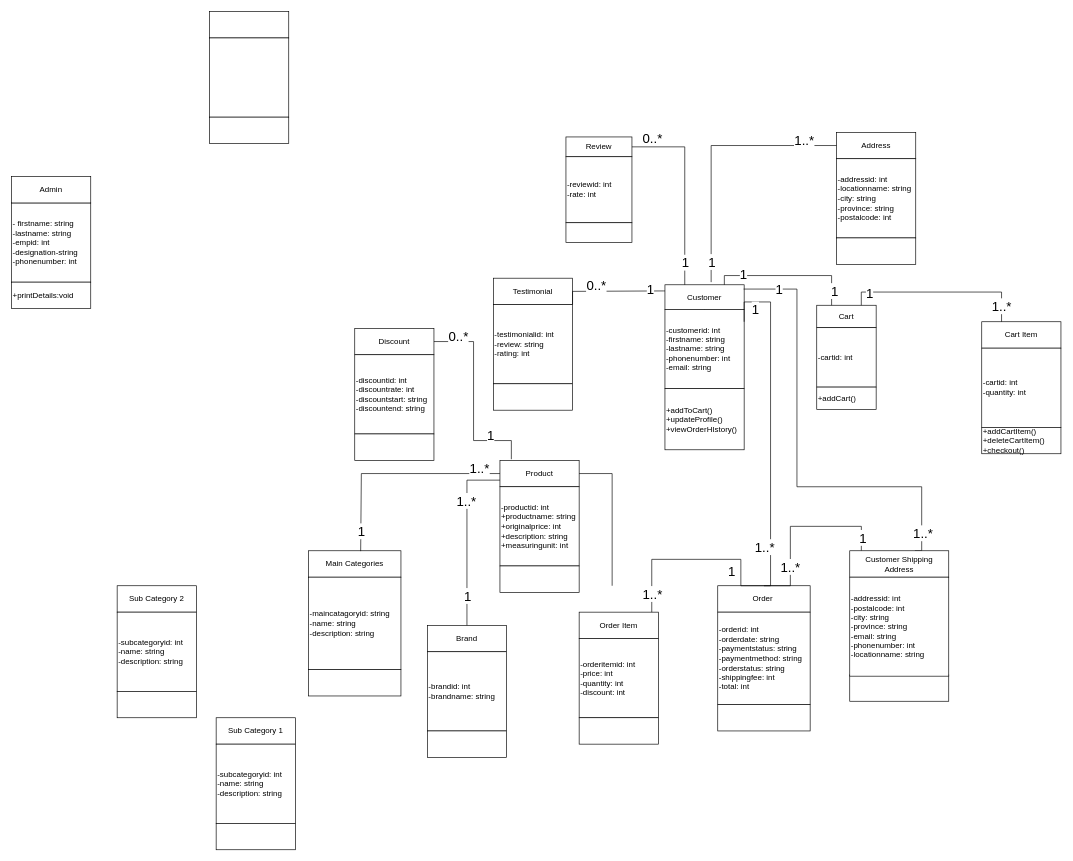
The draw.io diagram class.drawio in Dune-Global/green-supermarket-docs, before the edit. Source tidied: cells renumbered, new cells numbered last; positions are measured from the earlier drawing's top-left corner, leaving out a move shared by most shapes. Both pictures are drawn from the tidied source at 66%, with x=0, y=0 at pixel (11, 11).
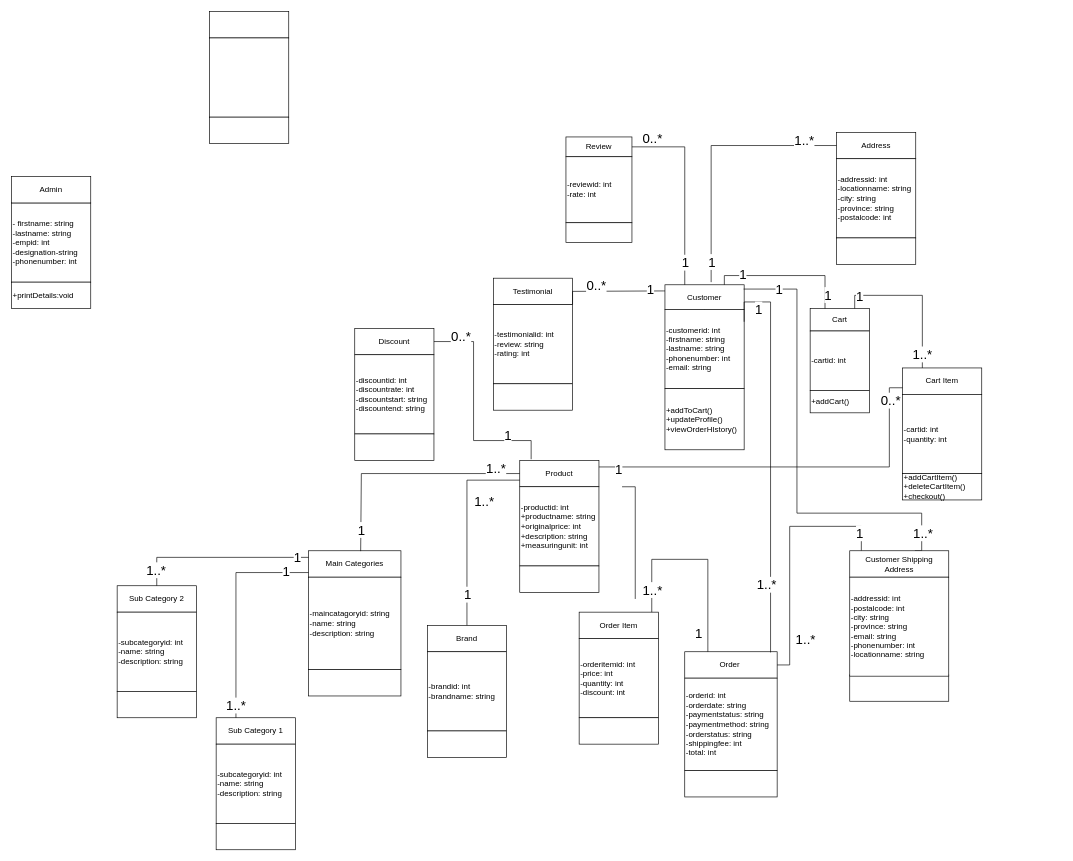
The same page after the edit.

Unchanged cells that the change refers to:
```xml
<mxCell id="8" value="Customer" style="rounded=0;whiteSpace=wrap;html=1;" parent="6" vertex="1">
  <mxGeometry y="10" width="120" height="37.3" as="geometry" />
</mxCell>
<mxCell id="16" value="Product" style="rounded=0;whiteSpace=wrap;html=1;" parent="15" vertex="1">
  <mxGeometry width="120" height="40" as="geometry" />
</mxCell>
<mxCell id="28" value="Cart Item" style="rounded=0;whiteSpace=wrap;html=1;" parent="27" vertex="1">
  <mxGeometry width="120" height="40" as="geometry" />
</mxCell>
<mxCell id="32" value="Order&amp;nbsp;" style="rounded=0;whiteSpace=wrap;html=1;" parent="31" vertex="1">
  <mxGeometry width="140" height="40" as="geometry" />
</mxCell>
<mxCell id="56" value="Sub Category 1" style="rounded=0;whiteSpace=wrap;html=1;" parent="55" vertex="1">
  <mxGeometry width="120" height="40" as="geometry" />
</mxCell>
<mxCell id="60" value="Sub Category 2" style="rounded=0;whiteSpace=wrap;html=1;" parent="59" vertex="1">
  <mxGeometry width="120" height="40" as="geometry" />
</mxCell>
<mxCell id="65" value="Main Categories" style="rounded=0;whiteSpace=wrap;html=1;" parent="64" vertex="1">
  <mxGeometry width="140" height="40" as="geometry" />
</mxCell>
<mxCell id="104" value="Customer Shipping&lt;br&gt;Address" style="rounded=0;whiteSpace=wrap;html=1;" parent="102" vertex="1">
  <mxGeometry width="150" height="40" as="geometry" />
</mxCell>
```

The edit, as a diff of the source:
```diff
@@
     <mxCell id="15" style="group;" parent="1" vertex="1">
-      <mxGeometry x="740" y="680" width="120" height="200" as="geometry" />
+      <mxGeometry x="770" y="680" width="120" height="200" as="geometry" />
     </mxCell>
@@
     <mxCell id="19" style="group;" parent="1" vertex="1">
-      <mxGeometry x="1220" y="445" width="90" height="170" as="geometry" />
+      <mxGeometry x="1210" y="450" width="90" height="170" as="geometry" />
     </mxCell>
@@
     <mxCell id="27" style="group;" parent="1" vertex="1">
-      <mxGeometry x="1470" y="470" width="120" height="200" as="geometry" />
+      <mxGeometry x="1350" y="540" width="120" height="200" as="geometry" />
     </mxCell>
@@
     <mxCell id="31" style="group;" parent="1" vertex="1">
-      <mxGeometry x="1070" y="870" width="140" height="220" as="geometry" />
+      <mxGeometry x="1020" y="970" width="140" height="220" as="geometry" />
     </mxCell>
@@
-    <mxCell id="74" style="edgeStyle=orthogonalEdgeStyle;rounded=0;jettySize=auto;html=1;exitX=0.5;exitY=0;exitDx=0;exitDy=0;endArrow=none;endFill=0;entryX=0.117;entryY=0;entryDx=0;entryDy=0;entryPerimeter=0;" parent="1" edge="1" source="32" target="104">
+    <mxCell id="74" style="edgeStyle=orthogonalEdgeStyle;rounded=0;jettySize=auto;html=1;exitX=1;exitY=0.5;exitDx=0;exitDy=0;endArrow=none;endFill=0;entryX=0.117;entryY=0;entryDx=0;entryDy=0;entryPerimeter=0;" parent="1" edge="1" source="32" target="104">
       <mxGeometry relative="1" as="geometry">
         <Array as="points">
-          <mxPoint x="1180" y="870" />
-          <mxPoint x="1180" y="780" />
+          <mxPoint x="1179" y="990" />
+          <mxPoint x="1179" y="780" />
           <mxPoint x="1288" y="780" />
         </Array>
       </mxGeometry>
     </mxCell>
@@
-    <mxCell id="89" style="edgeStyle=orthogonalEdgeStyle;rounded=0;jettySize=auto;html=1;exitX=0.25;exitY=0;exitDx=0;exitDy=0;endArrow=none;endFill=0;" parent="1" edge="1" source="32">
+    <mxCell id="89" style="edgeStyle=orthogonalEdgeStyle;rounded=0;orthogonalLoop=1;jettySize=auto;html=1;endArrow=none;endFill=0;" parent="1" edge="1">
       <mxGeometry relative="1" as="geometry">
+        <mxPoint x="1150" y="971" as="sourcePoint" />
         <mxPoint x="1110" y="470" as="targetPoint" />
         <Array as="points">
-          <mxPoint x="1150" y="870" />
           <mxPoint x="1150" y="440" />
           <mxPoint x="1110" y="440" />
         </Array>
       </mxGeometry>
     </mxCell>
@@
-    <mxCell id="95" style="edgeStyle=orthogonalEdgeStyle;rounded=0;jettySize=auto;html=1;exitX=1;exitY=0.5;exitDx=0;exitDy=0;endArrow=none;endFill=0;" parent="1" edge="1" source="16">
+    <mxCell id="95" style="edgeStyle=orthogonalEdgeStyle;rounded=0;orthogonalLoop=1;jettySize=auto;html=1;exitX=1;exitY=0.5;exitDx=0;exitDy=0;endArrow=none;endFill=0;" parent="1" edge="1">
       <mxGeometry relative="1" as="geometry">
-        <mxPoint x="910" y="870" as="targetPoint" />
+        <mxPoint x="925" y="720" as="sourcePoint" />
+        <mxPoint x="945" y="890" as="targetPoint" />
         <Array as="points">
-          <mxPoint x="910" y="700" />
+          <mxPoint x="945" y="720" />
         </Array>
       </mxGeometry>
     </mxCell>
     <mxCell id="96" style="edgeStyle=orthogonalEdgeStyle;rounded=0;jettySize=auto;html=1;entryX=0.658;entryY=0;entryDx=0;entryDy=0;endArrow=none;endFill=0;entryPerimeter=0;exitX=0.993;exitY=0.174;exitDx=0;exitDy=0;exitPerimeter=0;" parent="1" edge="1" source="8" target="104">
       <mxGeometry relative="1" as="geometry">
         <Array as="points">
           <mxPoint x="1190" y="421" />
-          <mxPoint x="1190" y="720" />
-          <mxPoint x="1379" y="720" />
+          <mxPoint x="1190" y="760" />
+          <mxPoint x="1379" y="760" />
           <mxPoint x="1379" y="817" />
         </Array>
       </mxGeometry>
     </mxCell>
@@
-    <mxCell id="109" style="edgeStyle=orthogonalEdgeStyle;rounded=0;jettySize=auto;html=1;entryX=0.564;entryY=0.014;entryDx=0;entryDy=0;endArrow=none;endFill=0;entryPerimeter=0;" parent="1" edge="1" target="65">
+    <mxCell id="109" style="edgeStyle=orthogonalEdgeStyle;rounded=0;jettySize=auto;html=1;entryX=0.564;entryY=0.014;entryDx=0;entryDy=0;endArrow=none;endFill=0;entryPerimeter=0;exitX=0;exitY=0.5;exitDx=0;exitDy=0;" parent="1" edge="1" source="16" target="65">
       <mxGeometry relative="1" as="geometry">
-        <mxPoint x="740" y="700" as="sourcePoint" />
         <Array as="points">
-          <mxPoint x="740" y="700" />
           <mxPoint x="530" y="700" />
           <mxPoint x="530" y="818" />
         </Array>
       </mxGeometry>
     </mxCell>
@@
+    <mxCell id="112" style="edgeStyle=orthogonalEdgeStyle;rounded=0;jettySize=auto;html=1;exitX=1;exitY=0.25;exitDx=0;exitDy=0;entryX=0;entryY=0.75;entryDx=0;entryDy=0;endArrow=none;endFill=0;" parent="1" edge="1" source="16" target="28">
+      <mxGeometry relative="1" as="geometry">
+        <Array as="points">
+          <mxPoint x="1330" y="690" />
+          <mxPoint x="1330" y="570" />
+        </Array>
+      </mxGeometry>
+    </mxCell>
+    <mxCell id="113" value="&lt;font style=&quot;font-size: 20px;&quot;&gt;1&lt;/font&gt;" style="edgeLabel;html=1;align=center;verticalAlign=middle;" parent="112" vertex="1">
+      <mxGeometry x="-0.9" y="-2" relative="1" as="geometry" />
+    </mxCell>
+    <mxCell id="114" value="0..*" style="edgeLabel;html=1;align=center;verticalAlign=middle;fontSize=20;" parent="112" vertex="1">
+      <mxGeometry x="0.87" y="-1" relative="1" as="geometry" />
+    </mxCell>
+    <mxCell id="115" style="edgeStyle=orthogonalEdgeStyle;rounded=0;jettySize=auto;html=1;exitX=0.5;exitY=0;exitDx=0;exitDy=0;entryX=0;entryY=0.25;entryDx=0;entryDy=0;endArrow=none;endFill=0;" parent="1" edge="1" source="60" target="65">
+      <mxGeometry relative="1" as="geometry" />
+    </mxCell>
+    <mxCell id="116" value="1..*" style="edgeLabel;html=1;align=center;verticalAlign=middle;fontSize=20;" parent="115" vertex="1">
+      <mxGeometry x="-0.82" y="2" relative="1" as="geometry" />
+    </mxCell>
+    <mxCell id="117" value="1" style="edgeLabel;html=1;align=center;verticalAlign=middle;fontSize=20;" parent="115" vertex="1">
+      <mxGeometry x="0.87" y="2" relative="1" as="geometry" />
+    </mxCell>
+    <mxCell id="118" style="edgeStyle=orthogonalEdgeStyle;rounded=0;jettySize=auto;html=1;entryX=0.25;entryY=0;entryDx=0;entryDy=0;endArrow=none;endFill=0;" parent="1" edge="1" target="56">
+      <mxGeometry relative="1" as="geometry">
+        <mxPoint x="450" y="850" as="sourcePoint" />
+        <Array as="points">
+          <mxPoint x="450" y="850" />
+          <mxPoint x="340" y="850" />
+        </Array>
+      </mxGeometry>
+    </mxCell>
+    <mxCell id="119" value="&lt;span style=&quot;font-size: 20px;&quot;&gt;&lt;br&gt;&lt;/span&gt;" style="edgeLabel;html=1;align=center;verticalAlign=middle;" parent="118" vertex="1">
+      <mxGeometry x="-0.82" relative="1" as="geometry" />
+    </mxCell>
+    <mxCell id="120" value="&lt;br&gt;" style="edgeLabel;html=1;align=center;verticalAlign=middle;" parent="118" vertex="1">
+      <mxGeometry x="-0.8" y="-1" relative="1" as="geometry" />
+    </mxCell>
+    <mxCell id="121" value="1" style="edgeLabel;html=1;align=center;verticalAlign=middle;fontSize=20;" parent="118" vertex="1">
+      <mxGeometry x="-0.79" y="-3" relative="1" as="geometry" />
+    </mxCell>
+    <mxCell id="122" value="1..*" style="edgeLabel;html=1;align=center;verticalAlign=middle;fontSize=20;" parent="118" vertex="1">
+      <mxGeometry x="0.88" y="-1" relative="1" as="geometry" />
+    </mxCell>
```
